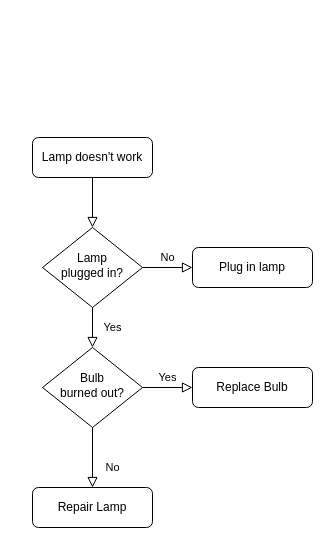
Before: Les_petits_plats.drawio in Courleciel/Les-petits-plats, a draw.io diagram. Source tidied: cells renumbered, new cells numbered last; positions are measured from the earlier drawing's top-left corner, leaving out a move shared by most shapes. Both pictures are drawn from the tidied source at 100%, with x=0, y=0 at pixel (32, 137).
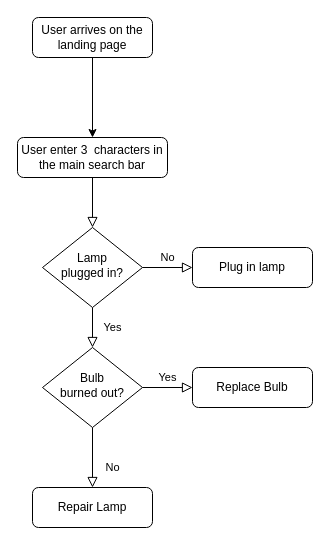
After the change.

Commit message (it also covers changes not shown here):
Mettre à jour Les_petits_plats.drawio

What changed in the source:
```diff
@@
 <mxGraphModel>
   <root>
     <mxCell id="0" />
     <mxCell id="1" parent="0" />
     <mxCell id="2" style="rounded=0;html=1;jettySize=auto;fontSize=11;endArrow=block;endFill=0;endSize=8;strokeWidth=1;shadow=0;labelBackgroundColor=none;edgeStyle=orthogonalEdgeStyle;" parent="1" edge="1" source="3" target="6">
       <mxGeometry relative="1" as="geometry" />
     </mxCell>
-    <mxCell id="3" value="Lamp doesn't work" style="rounded=1;whiteSpace=wrap;html=1;fontSize=12;glass=0;strokeWidth=1;shadow=0;" parent="1" vertex="1">
-      <mxGeometry width="120" height="40" as="geometry" />
+    <mxCell id="3" value="User enter 3&amp;nbsp; characters in the main search bar" style="rounded=1;whiteSpace=wrap;html=1;fontSize=12;glass=0;strokeWidth=1;shadow=0;" parent="1" vertex="1">
+      <mxGeometry x="-15" width="150" height="40" as="geometry" />
     </mxCell>
     <mxCell id="4" value="Yes" style="rounded=0;html=1;jettySize=auto;fontSize=11;endArrow=block;endFill=0;endSize=8;strokeWidth=1;shadow=0;labelBackgroundColor=none;edgeStyle=orthogonalEdgeStyle;" parent="1" edge="1" source="6" target="10">
       <mxGeometry y="20" relative="1" as="geometry" />
     </mxCell>
     <mxCell id="5" value="No" style="edgeStyle=orthogonalEdgeStyle;rounded=0;html=1;jettySize=auto;fontSize=11;endArrow=block;endFill=0;endSize=8;strokeWidth=1;shadow=0;labelBackgroundColor=none;" parent="1" edge="1" source="6" target="7">
       <mxGeometry y="10" relative="1" as="geometry" />
     </mxCell>
     <mxCell id="6" value="Lamp&lt;br&gt;plugged in?" style="rhombus;whiteSpace=wrap;html=1;shadow=0;fontFamily=Helvetica;fontSize=12;align=center;strokeWidth=1;spacing=6;spacingTop=-4;" parent="1" vertex="1">
       <mxGeometry x="10" y="90" width="100" height="80" as="geometry" />
     </mxCell>
     <mxCell id="7" value="Plug in lamp" style="rounded=1;whiteSpace=wrap;html=1;fontSize=12;glass=0;strokeWidth=1;shadow=0;" parent="1" vertex="1">
       <mxGeometry x="160" y="110" width="120" height="40" as="geometry" />
     </mxCell>
     <mxCell id="8" value="No" style="rounded=0;html=1;jettySize=auto;fontSize=11;endArrow=block;endFill=0;endSize=8;strokeWidth=1;shadow=0;labelBackgroundColor=none;edgeStyle=orthogonalEdgeStyle;" parent="1" edge="1" source="10" target="11">
       <mxGeometry x="0.33" y="20" relative="1" as="geometry" />
     </mxCell>
     <mxCell id="9" value="Yes" style="edgeStyle=orthogonalEdgeStyle;rounded=0;html=1;jettySize=auto;fontSize=11;endArrow=block;endFill=0;endSize=8;strokeWidth=1;shadow=0;labelBackgroundColor=none;" parent="1" edge="1" source="10" target="12">
       <mxGeometry y="10" relative="1" as="geometry" />
     </mxCell>
     <mxCell id="10" value="Bulb&lt;br&gt;burned out?" style="rhombus;whiteSpace=wrap;html=1;shadow=0;fontFamily=Helvetica;fontSize=12;align=center;strokeWidth=1;spacing=6;spacingTop=-4;" parent="1" vertex="1">
       <mxGeometry x="10" y="210" width="100" height="80" as="geometry" />
     </mxCell>
     <mxCell id="11" value="Repair Lamp" style="rounded=1;whiteSpace=wrap;html=1;fontSize=12;glass=0;strokeWidth=1;shadow=0;" parent="1" vertex="1">
       <mxGeometry y="350" width="120" height="40" as="geometry" />
     </mxCell>
     <mxCell id="12" value="Replace Bulb" style="rounded=1;whiteSpace=wrap;html=1;fontSize=12;glass=0;strokeWidth=1;shadow=0;" parent="1" vertex="1">
       <mxGeometry x="160" y="230" width="120" height="40" as="geometry" />
     </mxCell>
+    <mxCell id="13" value="User arrives on the landing page" style="rounded=1;whiteSpace=wrap;html=1;fontSize=12;glass=0;strokeWidth=1;shadow=0;" parent="1" vertex="1">
+      <mxGeometry y="-120" width="120" height="40" as="geometry" />
+    </mxCell>
+    <mxCell id="14" style="endArrow=classic;html=1;rounded=0;exitX=0.5;exitY=1;exitDx=0;exitDy=0;entryX=0.5;entryY=0;entryDx=0;entryDy=0;" parent="1" edge="1" source="13" target="3">
+      <mxGeometry relative="1" as="geometry" />
+    </mxCell>
   </root>
 </mxGraphModel>
```
